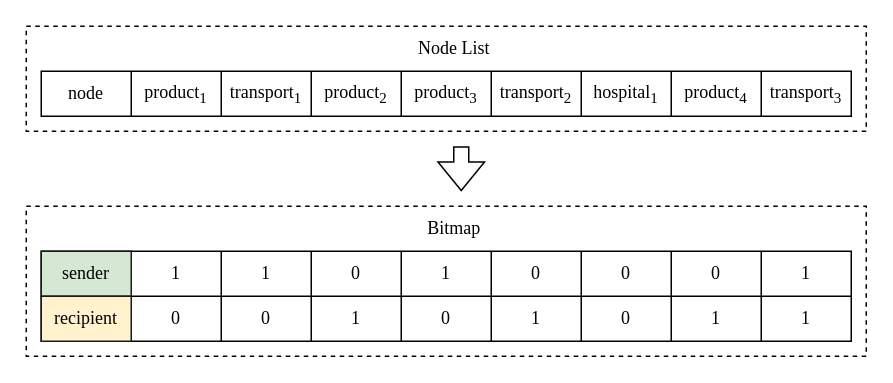
Earlier version of the draw.io diagram page "3.4" (6 of 21) of 未命名绘图.drawio (jue73/7339). Source tidied: cells renumbered, new cells numbered last; positions are measured from the earlier drawing's top-left corner, leaving out a move shared by most shapes. Both pictures are drawn from the tidied source at 150%, with x=0, y=0 at pixel (26, 26).
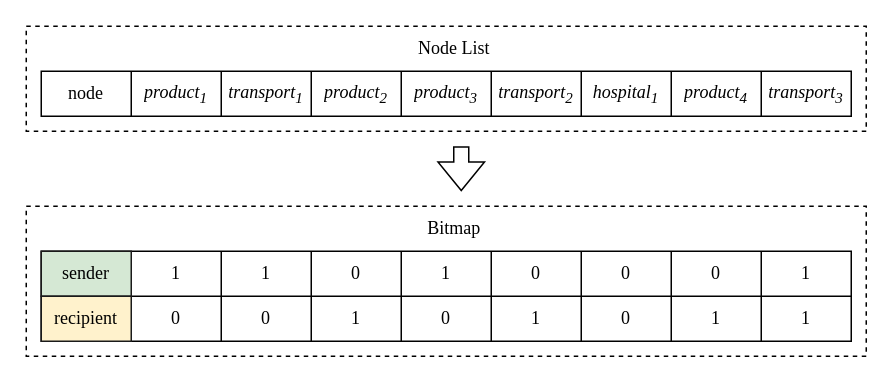
The same diagram, later.

The change refers to these unchanged cells:
```xml
<mxCell id="27" style="shape=tableRow;horizontal=0;startSize=0;swimlaneHead=0;swimlaneBody=0;strokeColor=inherit;top=0;left=0;bottom=0;right=0;fillColor=none;" parent="26" vertex="1">
  <mxGeometry width="540" height="30" as="geometry" />
</mxCell>
```

Diff of the diagram source:
```diff
@@
-    <mxCell id="29" value="&lt;font face=&quot;Times New Roman&quot;&gt;product&lt;sub&gt;1&lt;/sub&gt;&lt;/font&gt;" style="shape=partialRectangle;html=1;whiteSpace=wrap;strokeColor=inherit;overflow=hidden;fillColor=none;top=0;left=0;bottom=0;right=0;" parent="27" vertex="1">
+    <mxCell id="29" value="&lt;font face=&quot;Times New Roman&quot;&gt;&lt;i&gt;product&lt;sub&gt;1&lt;/sub&gt;&lt;/i&gt;&lt;/font&gt;" style="shape=partialRectangle;html=1;whiteSpace=wrap;strokeColor=inherit;overflow=hidden;fillColor=none;top=0;left=0;bottom=0;right=0;" parent="27" vertex="1">
       <mxGeometry x="60" width="60" height="30" as="geometry" />
     </mxCell>
-    <mxCell id="30" value="&lt;font face=&quot;Times New Roman&quot;&gt;transport&lt;sub&gt;1&lt;/sub&gt;&lt;/font&gt;" style="shape=partialRectangle;html=1;whiteSpace=wrap;strokeColor=inherit;overflow=hidden;fillColor=none;top=0;left=0;bottom=0;right=0;" parent="27" vertex="1">
+    <mxCell id="30" value="&lt;font face=&quot;Times New Roman&quot;&gt;&lt;i&gt;transport&lt;sub&gt;1&lt;/sub&gt;&lt;/i&gt;&lt;/font&gt;" style="shape=partialRectangle;html=1;whiteSpace=wrap;strokeColor=inherit;overflow=hidden;fillColor=none;top=0;left=0;bottom=0;right=0;" parent="27" vertex="1">
       <mxGeometry x="120" width="60" height="30" as="geometry" />
     </mxCell>
-    <mxCell id="31" value="&lt;font face=&quot;Times New Roman&quot;&gt;product&lt;sub&gt;2&lt;/sub&gt;&lt;/font&gt;" style="shape=partialRectangle;html=1;whiteSpace=wrap;strokeColor=inherit;overflow=hidden;fillColor=none;top=0;left=0;bottom=0;right=0;" parent="27" vertex="1">
+    <mxCell id="31" value="&lt;font face=&quot;Times New Roman&quot;&gt;&lt;i&gt;product&lt;sub&gt;2&lt;/sub&gt;&lt;/i&gt;&lt;/font&gt;" style="shape=partialRectangle;html=1;whiteSpace=wrap;strokeColor=inherit;overflow=hidden;fillColor=none;top=0;left=0;bottom=0;right=0;" parent="27" vertex="1">
       <mxGeometry x="180" width="60" height="30" as="geometry" />
     </mxCell>
-    <mxCell id="32" value="&lt;font face=&quot;Times New Roman&quot;&gt;product&lt;sub&gt;3&lt;/sub&gt;&lt;/font&gt;" style="shape=partialRectangle;html=1;whiteSpace=wrap;strokeColor=inherit;overflow=hidden;fillColor=none;top=0;left=0;bottom=0;right=0;" parent="27" vertex="1">
+    <mxCell id="32" value="&lt;font face=&quot;Times New Roman&quot;&gt;&lt;i&gt;product&lt;sub&gt;3&lt;/sub&gt;&lt;/i&gt;&lt;/font&gt;" style="shape=partialRectangle;html=1;whiteSpace=wrap;strokeColor=inherit;overflow=hidden;fillColor=none;top=0;left=0;bottom=0;right=0;" parent="27" vertex="1">
       <mxGeometry x="240" width="60" height="30" as="geometry" />
     </mxCell>
-    <mxCell id="33" value="&lt;font face=&quot;Times New Roman&quot;&gt;transport&lt;sub&gt;2&lt;/sub&gt;&lt;/font&gt;" style="shape=partialRectangle;html=1;whiteSpace=wrap;strokeColor=inherit;overflow=hidden;fillColor=none;top=0;left=0;bottom=0;right=0;" parent="27" vertex="1">
+    <mxCell id="33" value="&lt;font face=&quot;Times New Roman&quot;&gt;&lt;i&gt;transport&lt;sub&gt;2&lt;/sub&gt;&lt;/i&gt;&lt;/font&gt;" style="shape=partialRectangle;html=1;whiteSpace=wrap;strokeColor=inherit;overflow=hidden;fillColor=none;top=0;left=0;bottom=0;right=0;" parent="27" vertex="1">
       <mxGeometry x="300" width="60" height="30" as="geometry" />
     </mxCell>
-    <mxCell id="34" value="&lt;font face=&quot;Times New Roman&quot;&gt;hospital&lt;sub&gt;1&lt;/sub&gt;&lt;/font&gt;" style="shape=partialRectangle;html=1;whiteSpace=wrap;strokeColor=inherit;overflow=hidden;fillColor=none;top=0;left=0;bottom=0;right=0;" parent="27" vertex="1">
+    <mxCell id="34" value="&lt;font face=&quot;Times New Roman&quot;&gt;&lt;i&gt;hospital&lt;sub&gt;1&lt;/sub&gt;&lt;/i&gt;&lt;/font&gt;" style="shape=partialRectangle;html=1;whiteSpace=wrap;strokeColor=inherit;overflow=hidden;fillColor=none;top=0;left=0;bottom=0;right=0;" parent="27" vertex="1">
       <mxGeometry x="360" width="60" height="30" as="geometry" />
     </mxCell>
-    <mxCell id="35" value="&lt;font face=&quot;Times New Roman&quot;&gt;product&lt;sub&gt;4&lt;/sub&gt;&lt;/font&gt;" style="shape=partialRectangle;html=1;whiteSpace=wrap;strokeColor=inherit;overflow=hidden;fillColor=none;top=0;left=0;bottom=0;right=0;" parent="27" vertex="1">
+    <mxCell id="35" value="&lt;font face=&quot;Times New Roman&quot;&gt;&lt;i&gt;product&lt;sub&gt;4&lt;/sub&gt;&lt;/i&gt;&lt;/font&gt;" style="shape=partialRectangle;html=1;whiteSpace=wrap;strokeColor=inherit;overflow=hidden;fillColor=none;top=0;left=0;bottom=0;right=0;" parent="27" vertex="1">
       <mxGeometry x="420" width="60" height="30" as="geometry" />
     </mxCell>
-    <mxCell id="36" value="&lt;font face=&quot;Times New Roman&quot;&gt;transport&lt;sub&gt;3&lt;/sub&gt;&lt;/font&gt;" style="shape=partialRectangle;html=1;whiteSpace=wrap;strokeColor=inherit;overflow=hidden;fillColor=none;top=0;left=0;bottom=0;right=0;" parent="27" vertex="1">
+    <mxCell id="36" value="&lt;font face=&quot;Times New Roman&quot;&gt;&lt;i&gt;transport&lt;sub&gt;3&lt;/sub&gt;&lt;/i&gt;&lt;/font&gt;" style="shape=partialRectangle;html=1;whiteSpace=wrap;strokeColor=inherit;overflow=hidden;fillColor=none;top=0;left=0;bottom=0;right=0;" parent="27" vertex="1">
       <mxGeometry x="480" width="60" height="30" as="geometry" />
     </mxCell>
```
